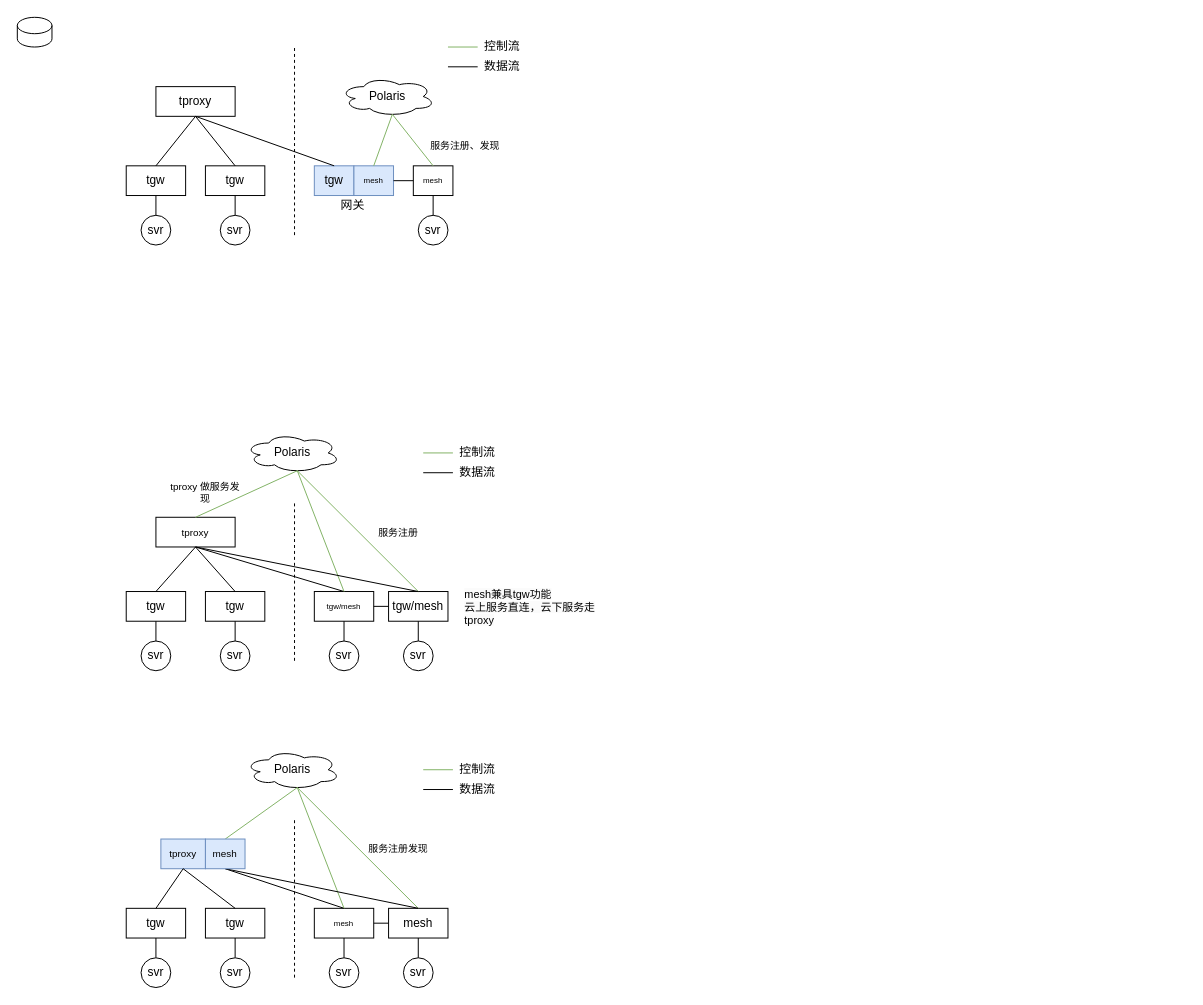
Earlier version of the draw.io diagram page "第 1 页" (1 of 6) of 业务上云.drawio (myfreejoey/picgo). Source tidied: cells renumbered, new cells numbered last; positions are measured from the earlier drawing's top-left corner, leaving out a move shared by most shapes. Both pictures are drawn from the tidied source at 99%, with x=0, y=0 at pixel (17, 17).
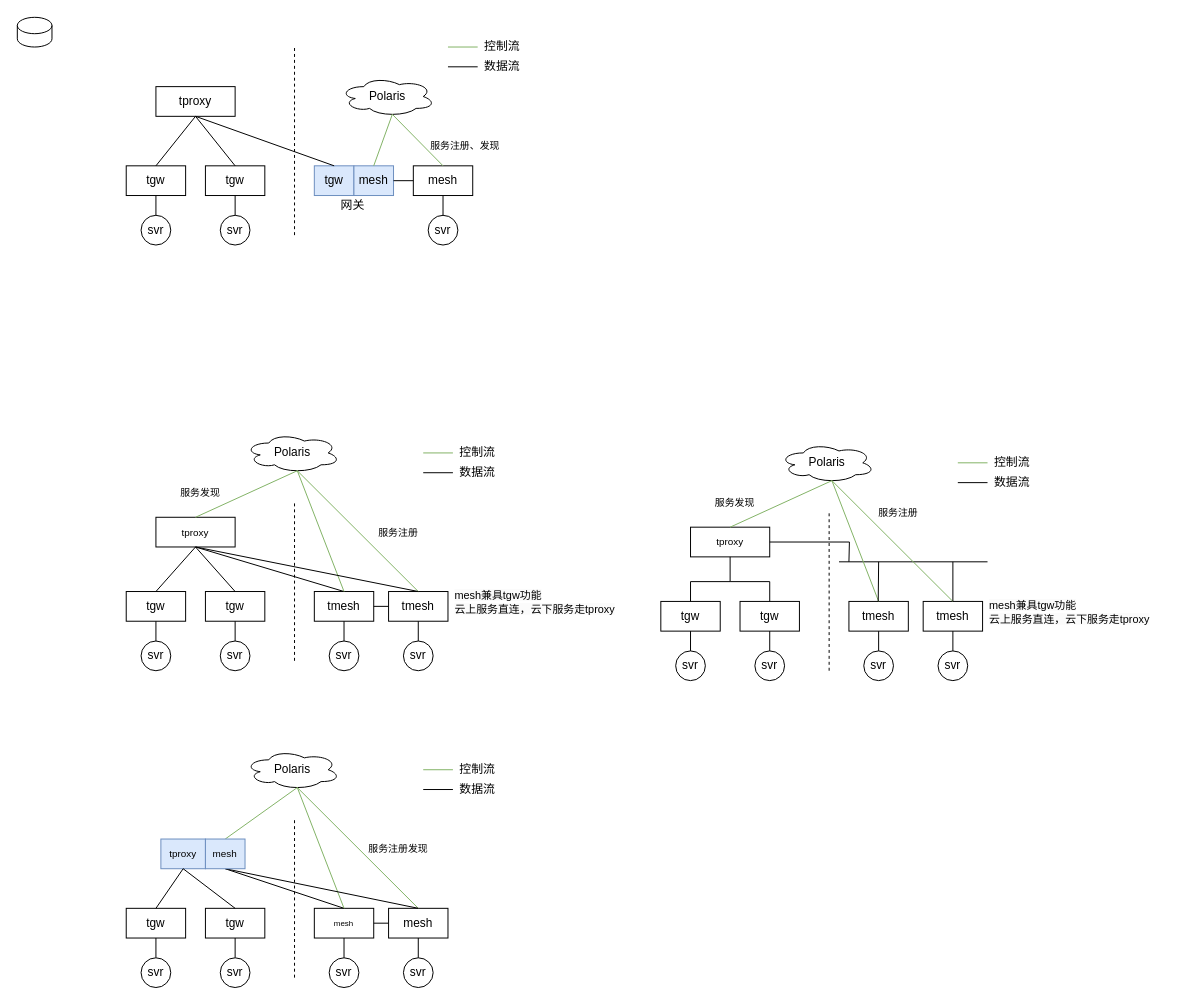
The same diagram, later.

The edit, as a diff of the source:
```diff
@@
-    <mxCell id="9" value="&lt;font style=&quot;font-size: 8px;&quot;&gt;mesh&lt;/font&gt;" style="rounded=0;whiteSpace=wrap;html=1;fontSize=8;strokeWidth=1;shadow=0;glass=0;fillColor=#dae8fc;strokeColor=#6c8ebf;" parent="1" vertex="1">
+    <mxCell id="9" value="&lt;font style=&quot;font-size: 12px;&quot;&gt;mesh&lt;/font&gt;" style="rounded=0;whiteSpace=wrap;html=1;fontSize=8;strokeWidth=1;shadow=0;glass=0;fillColor=#dae8fc;strokeColor=#6c8ebf;" parent="1" vertex="1">
       <mxGeometry x="340" y="150" width="40" height="30" as="geometry" />
     </mxCell>
@@
     <mxCell id="18" value="svr" style="ellipse;whiteSpace=wrap;html=1;" parent="1" vertex="1">
-      <mxGeometry x="405" y="200" width="30" height="30" as="geometry" />
+      <mxGeometry x="415" y="200" width="30" height="30" as="geometry" />
     </mxCell>
-    <mxCell id="19" value="&lt;font style=&quot;font-size: 8px;&quot;&gt;mesh&lt;/font&gt;" style="rounded=0;whiteSpace=wrap;html=1;fontSize=8;" parent="1" vertex="1">
-      <mxGeometry x="400" y="150" width="40" height="30" as="geometry" />
+    <mxCell id="19" value="&lt;font style=&quot;font-size: 12px;&quot;&gt;mesh&lt;/font&gt;" style="rounded=0;whiteSpace=wrap;html=1;fontSize=8;" parent="1" vertex="1">
+      <mxGeometry x="400" y="150" width="60" height="30" as="geometry" />
     </mxCell>
@@
-    <mxCell id="32" value="tgw/mesh" style="rounded=0;whiteSpace=wrap;html=1;fontSize=8;" parent="1" vertex="1">
+    <mxCell id="32" value="&lt;font style=&quot;font-size: 12px;&quot;&gt;tmesh&lt;/font&gt;" style="rounded=0;whiteSpace=wrap;html=1;fontSize=8;" parent="1" vertex="1">
       <mxGeometry x="300" y="580" width="60" height="30" as="geometry" />
     </mxCell>
@@
-    <mxCell id="41" value="tgw/mesh" style="rounded=0;whiteSpace=wrap;html=1;fontSize=12;" parent="1" vertex="1">
+    <mxCell id="41" value="tmesh" style="rounded=0;whiteSpace=wrap;html=1;fontSize=12;" parent="1" vertex="1">
       <mxGeometry x="375" y="580" width="60" height="30" as="geometry" />
     </mxCell>
@@
-    <mxCell id="54" value="tproxy 做服务发现" style="text;strokeColor=none;fillColor=none;align=center;verticalAlign=middle;whiteSpace=wrap;rounded=0;fontSize=10;" parent="1" vertex="1">
-      <mxGeometry x="150" y="470" width="80" height="20" as="geometry" />
+    <mxCell id="54" value="服务发现" style="text;strokeColor=none;fillColor=none;align=center;verticalAlign=middle;whiteSpace=wrap;rounded=0;fontSize=10;" parent="1" vertex="1">
+      <mxGeometry x="140" y="470" width="90" height="20" as="geometry" />
     </mxCell>
@@
-    <mxCell id="56" value="&lt;font style=&quot;font-size: 11px;&quot;&gt;&lt;span style=&quot;color: rgb(0, 0, 0); font-style: normal; font-variant-ligatures: normal; font-variant-caps: normal; font-weight: 400; letter-spacing: normal; orphans: 2; text-align: center; text-indent: 0px; text-transform: none; widows: 2; word-spacing: 0px; -webkit-text-stroke-width: 0px; background-color: rgb(251, 251, 251); text-decoration-thickness: initial; text-decoration-style: initial; text-decoration-color: initial; float: none; font-size: 11px; display: inline !important;&quot;&gt;mesh兼具tgw功能&lt;br style=&quot;font-size: 11px;&quot;&gt;云上服务直连，&lt;/span&gt;&lt;span style=&quot;color: rgb(0, 0, 0); font-style: normal; font-variant-ligatures: normal; font-variant-caps: normal; font-weight: 400; letter-spacing: normal; orphans: 2; text-align: center; text-indent: 0px; text-transform: none; widows: 2; word-spacing: 0px; -webkit-text-stroke-width: 0px; background-color: rgb(251, 251, 251); text-decoration-thickness: initial; text-decoration-style: initial; text-decoration-color: initial; float: none; font-size: 11px; display: inline !important;&quot;&gt;云下服务走tproxy&lt;/span&gt;&lt;/font&gt;" style="text;whiteSpace=wrap;html=1;fontSize=8;" parent="1" vertex="1">
-      <mxGeometry x="450" y="570" width="140" height="60" as="geometry" />
-    </mxCell>
@@
+    <mxCell id="88" value="&lt;span style=&quot;border-color: var(--border-color); color: rgb(0, 0, 0); font-family: Helvetica; font-size: 11px; font-style: normal; font-variant-ligatures: normal; font-variant-caps: normal; font-weight: 400; letter-spacing: normal; orphans: 2; text-indent: 0px; text-transform: none; widows: 2; word-spacing: 0px; -webkit-text-stroke-width: 0px; text-decoration-thickness: initial; text-decoration-style: initial; text-decoration-color: initial; text-align: center; background-color: rgb(251, 251, 251); float: none; display: inline !important;&quot;&gt;mesh兼具tgw功能&lt;br style=&quot;border-color: var(--border-color); font-size: 11px;&quot;&gt;云上服务直连，&lt;/span&gt;&lt;span style=&quot;border-color: var(--border-color); color: rgb(0, 0, 0); font-family: Helvetica; font-size: 11px; font-style: normal; font-variant-ligatures: normal; font-variant-caps: normal; font-weight: 400; letter-spacing: normal; orphans: 2; text-indent: 0px; text-transform: none; widows: 2; word-spacing: 0px; -webkit-text-stroke-width: 0px; text-decoration-thickness: initial; text-decoration-style: initial; text-decoration-color: initial; text-align: center; background-color: rgb(251, 251, 251); float: none; display: inline !important;&quot;&gt;云下服务走tproxy&lt;/span&gt;" style="text;whiteSpace=wrap;html=1;" parent="1" vertex="1">
+      <mxGeometry x="440" y="570" width="200" height="50" as="geometry" />
+    </mxCell>
+    <mxCell id="89" value="tgw" style="rounded=0;whiteSpace=wrap;html=1;" parent="1" vertex="1">
+      <mxGeometry x="650" y="590" width="60" height="30" as="geometry" />
+    </mxCell>
+    <mxCell id="90" value="tgw" style="rounded=0;whiteSpace=wrap;html=1;" parent="1" vertex="1">
+      <mxGeometry x="730" y="590" width="60" height="30" as="geometry" />
+    </mxCell>
+    <mxCell id="91" value="tproxy" style="rounded=0;whiteSpace=wrap;html=1;fontSize=10;" parent="1" vertex="1">
+      <mxGeometry x="680" y="515" width="80" height="30" as="geometry" />
+    </mxCell>
+    <mxCell id="92" style="endArrow=none;html=1;rounded=0;entryX=0.5;entryY=1;entryDx=0;entryDy=0;" parent="1" edge="1" target="91">
+      <mxGeometry relative="1" as="geometry">
+        <mxPoint x="720" y="570" as="sourcePoint" />
+      </mxGeometry>
+    </mxCell>
+    <mxCell id="93" style="endArrow=none;html=1;rounded=0;exitX=0.5;exitY=0;exitDx=0;exitDy=0;edgeStyle=orthogonalEdgeStyle;" parent="1" edge="1" source="90">
+      <mxGeometry relative="1" as="geometry">
+        <mxPoint x="720" y="570" as="targetPoint" />
+        <Array as="points">
+          <mxPoint x="760" y="570" />
+        </Array>
+      </mxGeometry>
+    </mxCell>
+    <mxCell id="94" style="endArrow=none;dashed=1;html=1;rounded=0;" parent="1" edge="1">
+      <mxGeometry relative="1" as="geometry">
+        <mxPoint x="820" y="660" as="sourcePoint" />
+        <mxPoint x="820" y="500" as="targetPoint" />
+      </mxGeometry>
+    </mxCell>
+    <mxCell id="95" value="&lt;font style=&quot;font-size: 12px;&quot;&gt;tmesh&lt;/font&gt;" style="rounded=0;whiteSpace=wrap;html=1;fontSize=8;" parent="1" vertex="1">
+      <mxGeometry x="840" y="590" width="60" height="30" as="geometry" />
+    </mxCell>
+    <mxCell id="96" value="Polaris" style="ellipse;shape=cloud;whiteSpace=wrap;html=1;" parent="1" vertex="1">
+      <mxGeometry x="770" y="430" width="96" height="40" as="geometry" />
+    </mxCell>
+    <mxCell id="97" style="endArrow=none;html=1;rounded=0;" parent="1" edge="1">
+      <mxGeometry relative="1" as="geometry">
+        <mxPoint x="980" y="550" as="sourcePoint" />
+        <mxPoint x="830" y="550" as="targetPoint" />
+      </mxGeometry>
+    </mxCell>
+    <mxCell id="98" style="endArrow=none;html=1;rounded=0;entryX=0.55;entryY=0.95;entryDx=0;entryDy=0;exitX=0.5;exitY=0;exitDx=0;exitDy=0;entryPerimeter=0;fillColor=#d5e8d4;strokeColor=#82b366;" parent="1" edge="1" source="95" target="96">
+      <mxGeometry relative="1" as="geometry" />
+    </mxCell>
+    <mxCell id="99" style="rounded=0;jettySize=auto;html=1;exitX=0.5;exitY=0;exitDx=0;exitDy=0;entryX=0.5;entryY=1;entryDx=0;entryDy=0;endArrow=none;endFill=0;" parent="1" edge="1" source="100" target="89">
+      <mxGeometry relative="1" as="geometry" />
+    </mxCell>
+    <mxCell id="100" value="svr" style="ellipse;whiteSpace=wrap;html=1;" parent="1" vertex="1">
+      <mxGeometry x="665" y="640" width="30" height="30" as="geometry" />
+    </mxCell>
+    <mxCell id="101" style="rounded=0;jettySize=auto;html=1;exitX=0.5;exitY=0;exitDx=0;exitDy=0;entryX=0.5;entryY=1;entryDx=0;entryDy=0;endArrow=none;endFill=0;" parent="1" edge="1" source="102" target="90">
+      <mxGeometry relative="1" as="geometry" />
+    </mxCell>
+    <mxCell id="102" value="svr" style="ellipse;whiteSpace=wrap;html=1;" parent="1" vertex="1">
+      <mxGeometry x="745" y="640" width="30" height="30" as="geometry" />
+    </mxCell>
+    <mxCell id="103" value="svr" style="ellipse;whiteSpace=wrap;html=1;" parent="1" vertex="1">
+      <mxGeometry x="930" y="640" width="30" height="30" as="geometry" />
+    </mxCell>
+    <mxCell id="104" value="tmesh" style="rounded=0;whiteSpace=wrap;html=1;fontSize=12;" parent="1" vertex="1">
+      <mxGeometry x="915" y="590" width="60" height="30" as="geometry" />
+    </mxCell>
+    <mxCell id="105" style="endArrow=none;html=1;rounded=0;entryX=0.55;entryY=0.95;entryDx=0;entryDy=0;exitX=0.5;exitY=0;exitDx=0;exitDy=0;entryPerimeter=0;fillColor=#d5e8d4;strokeColor=#82b366;" parent="1" edge="1" source="104" target="96">
+      <mxGeometry relative="1" as="geometry" />
+    </mxCell>
+    <mxCell id="106" style="rounded=0;jettySize=auto;html=1;entryX=0.5;entryY=1;entryDx=0;entryDy=0;endArrow=none;endFill=0;" parent="1" edge="1" source="103" target="104">
+      <mxGeometry relative="1" as="geometry" />
+    </mxCell>
+    <mxCell id="107" style="endArrow=none;html=1;rounded=0;entryX=0.55;entryY=0.95;entryDx=0;entryDy=0;exitX=0.5;exitY=0;exitDx=0;exitDy=0;entryPerimeter=0;fillColor=#d5e8d4;strokeColor=#82b366;" parent="1" edge="1" source="91" target="96">
+      <mxGeometry relative="1" as="geometry" />
+    </mxCell>
+    <mxCell id="108" style="endArrow=none;html=1;rounded=0;entryX=0.55;entryY=0.95;entryDx=0;entryDy=0;entryPerimeter=0;fillColor=#d5e8d4;strokeColor=#82b366;" parent="1" edge="1">
+      <mxGeometry relative="1" as="geometry">
+        <mxPoint x="980" y="450" as="sourcePoint" />
+        <mxPoint x="950" y="450" as="targetPoint" />
+      </mxGeometry>
+    </mxCell>
+    <mxCell id="109" value="控制流" style="text;html=1;strokeColor=none;fillColor=none;align=center;verticalAlign=middle;whiteSpace=wrap;rounded=0;" parent="1" vertex="1">
+      <mxGeometry x="980" y="440" width="50" height="20" as="geometry" />
+    </mxCell>
+    <mxCell id="110" style="endArrow=none;html=1;rounded=0;entryX=0.5;entryY=1;entryDx=0;entryDy=0;" parent="1" edge="1">
+      <mxGeometry relative="1" as="geometry">
+        <mxPoint x="980" y="470" as="sourcePoint" />
+        <mxPoint x="950" y="470" as="targetPoint" />
+      </mxGeometry>
+    </mxCell>
+    <mxCell id="111" value="数据流" style="text;html=1;strokeColor=none;fillColor=none;align=center;verticalAlign=middle;whiteSpace=wrap;rounded=0;" parent="1" vertex="1">
+      <mxGeometry x="980" y="460" width="50" height="20" as="geometry" />
+    </mxCell>
+    <mxCell id="112" value="svr" style="ellipse;whiteSpace=wrap;html=1;" parent="1" vertex="1">
+      <mxGeometry x="855" y="640" width="30" height="30" as="geometry" />
+    </mxCell>
+    <mxCell id="113" style="rounded=0;jettySize=auto;html=1;entryX=0.5;entryY=1;entryDx=0;entryDy=0;endArrow=none;endFill=0;exitX=0.5;exitY=0;exitDx=0;exitDy=0;" parent="1" edge="1" source="112" target="95">
+      <mxGeometry relative="1" as="geometry" />
+    </mxCell>
+    <mxCell id="114" value="服务发现" style="text;strokeColor=none;fillColor=none;align=center;verticalAlign=middle;whiteSpace=wrap;rounded=0;fontSize=10;" parent="1" vertex="1">
+      <mxGeometry x="680" y="480" width="90" height="20" as="geometry" />
+    </mxCell>
+    <mxCell id="115" style="endArrow=none;html=1;rounded=0;exitX=0.5;exitY=0;exitDx=0;exitDy=0;" parent="1" edge="1" source="104">
+      <mxGeometry relative="1" as="geometry">
+        <mxPoint x="945" y="550" as="targetPoint" />
+      </mxGeometry>
+    </mxCell>
+    <mxCell id="116" value="服务注册" style="text;strokeColor=none;fillColor=none;align=center;verticalAlign=middle;whiteSpace=wrap;rounded=0;fontSize=10;" parent="1" vertex="1">
+      <mxGeometry x="850" y="490" width="80" height="20" as="geometry" />
+    </mxCell>
+    <mxCell id="117" value="&lt;span style=&quot;border-color: var(--border-color); color: rgb(0, 0, 0); font-family: Helvetica; font-size: 11px; font-style: normal; font-variant-ligatures: normal; font-variant-caps: normal; font-weight: 400; letter-spacing: normal; orphans: 2; text-indent: 0px; text-transform: none; widows: 2; word-spacing: 0px; -webkit-text-stroke-width: 0px; text-decoration-thickness: initial; text-decoration-style: initial; text-decoration-color: initial; text-align: center; background-color: rgb(251, 251, 251); float: none; display: inline !important;&quot;&gt;mesh兼具tgw功能&lt;br style=&quot;border-color: var(--border-color); font-size: 11px;&quot;&gt;云上服务直连，&lt;/span&gt;&lt;span style=&quot;border-color: var(--border-color); color: rgb(0, 0, 0); font-family: Helvetica; font-size: 11px; font-style: normal; font-variant-ligatures: normal; font-variant-caps: normal; font-weight: 400; letter-spacing: normal; orphans: 2; text-indent: 0px; text-transform: none; widows: 2; word-spacing: 0px; -webkit-text-stroke-width: 0px; text-decoration-thickness: initial; text-decoration-style: initial; text-decoration-color: initial; text-align: center; background-color: rgb(251, 251, 251); float: none; display: inline !important;&quot;&gt;云下服务走tproxy&lt;/span&gt;" style="text;whiteSpace=wrap;html=1;" parent="1" vertex="1">
+      <mxGeometry x="980" y="580" width="200" height="50" as="geometry" />
+    </mxCell>
+    <mxCell id="118" style="endArrow=none;html=1;rounded=0;exitX=0.5;exitY=0;exitDx=0;exitDy=0;" parent="1" edge="1">
+      <mxGeometry relative="1" as="geometry">
+        <mxPoint x="869.6" y="590" as="sourcePoint" />
+        <mxPoint x="870" y="550" as="targetPoint" />
+      </mxGeometry>
+    </mxCell>
+    <mxCell id="119" style="endArrow=none;html=1;rounded=0;edgeStyle=orthogonalEdgeStyle;exitX=1;exitY=0.5;exitDx=0;exitDy=0;" parent="1" edge="1" source="91">
+      <mxGeometry relative="1" as="geometry">
+        <mxPoint x="840" y="550" as="targetPoint" />
+      </mxGeometry>
+    </mxCell>
+    <mxCell id="120" style="endArrow=none;html=1;rounded=0;exitX=0.5;exitY=0;exitDx=0;exitDy=0;edgeStyle=orthogonalEdgeStyle;" parent="1" edge="1" source="89">
+      <mxGeometry relative="1" as="geometry">
+        <mxPoint x="720" y="570" as="targetPoint" />
+        <Array as="points">
+          <mxPoint x="680" y="570" />
+        </Array>
+      </mxGeometry>
+    </mxCell>
```
